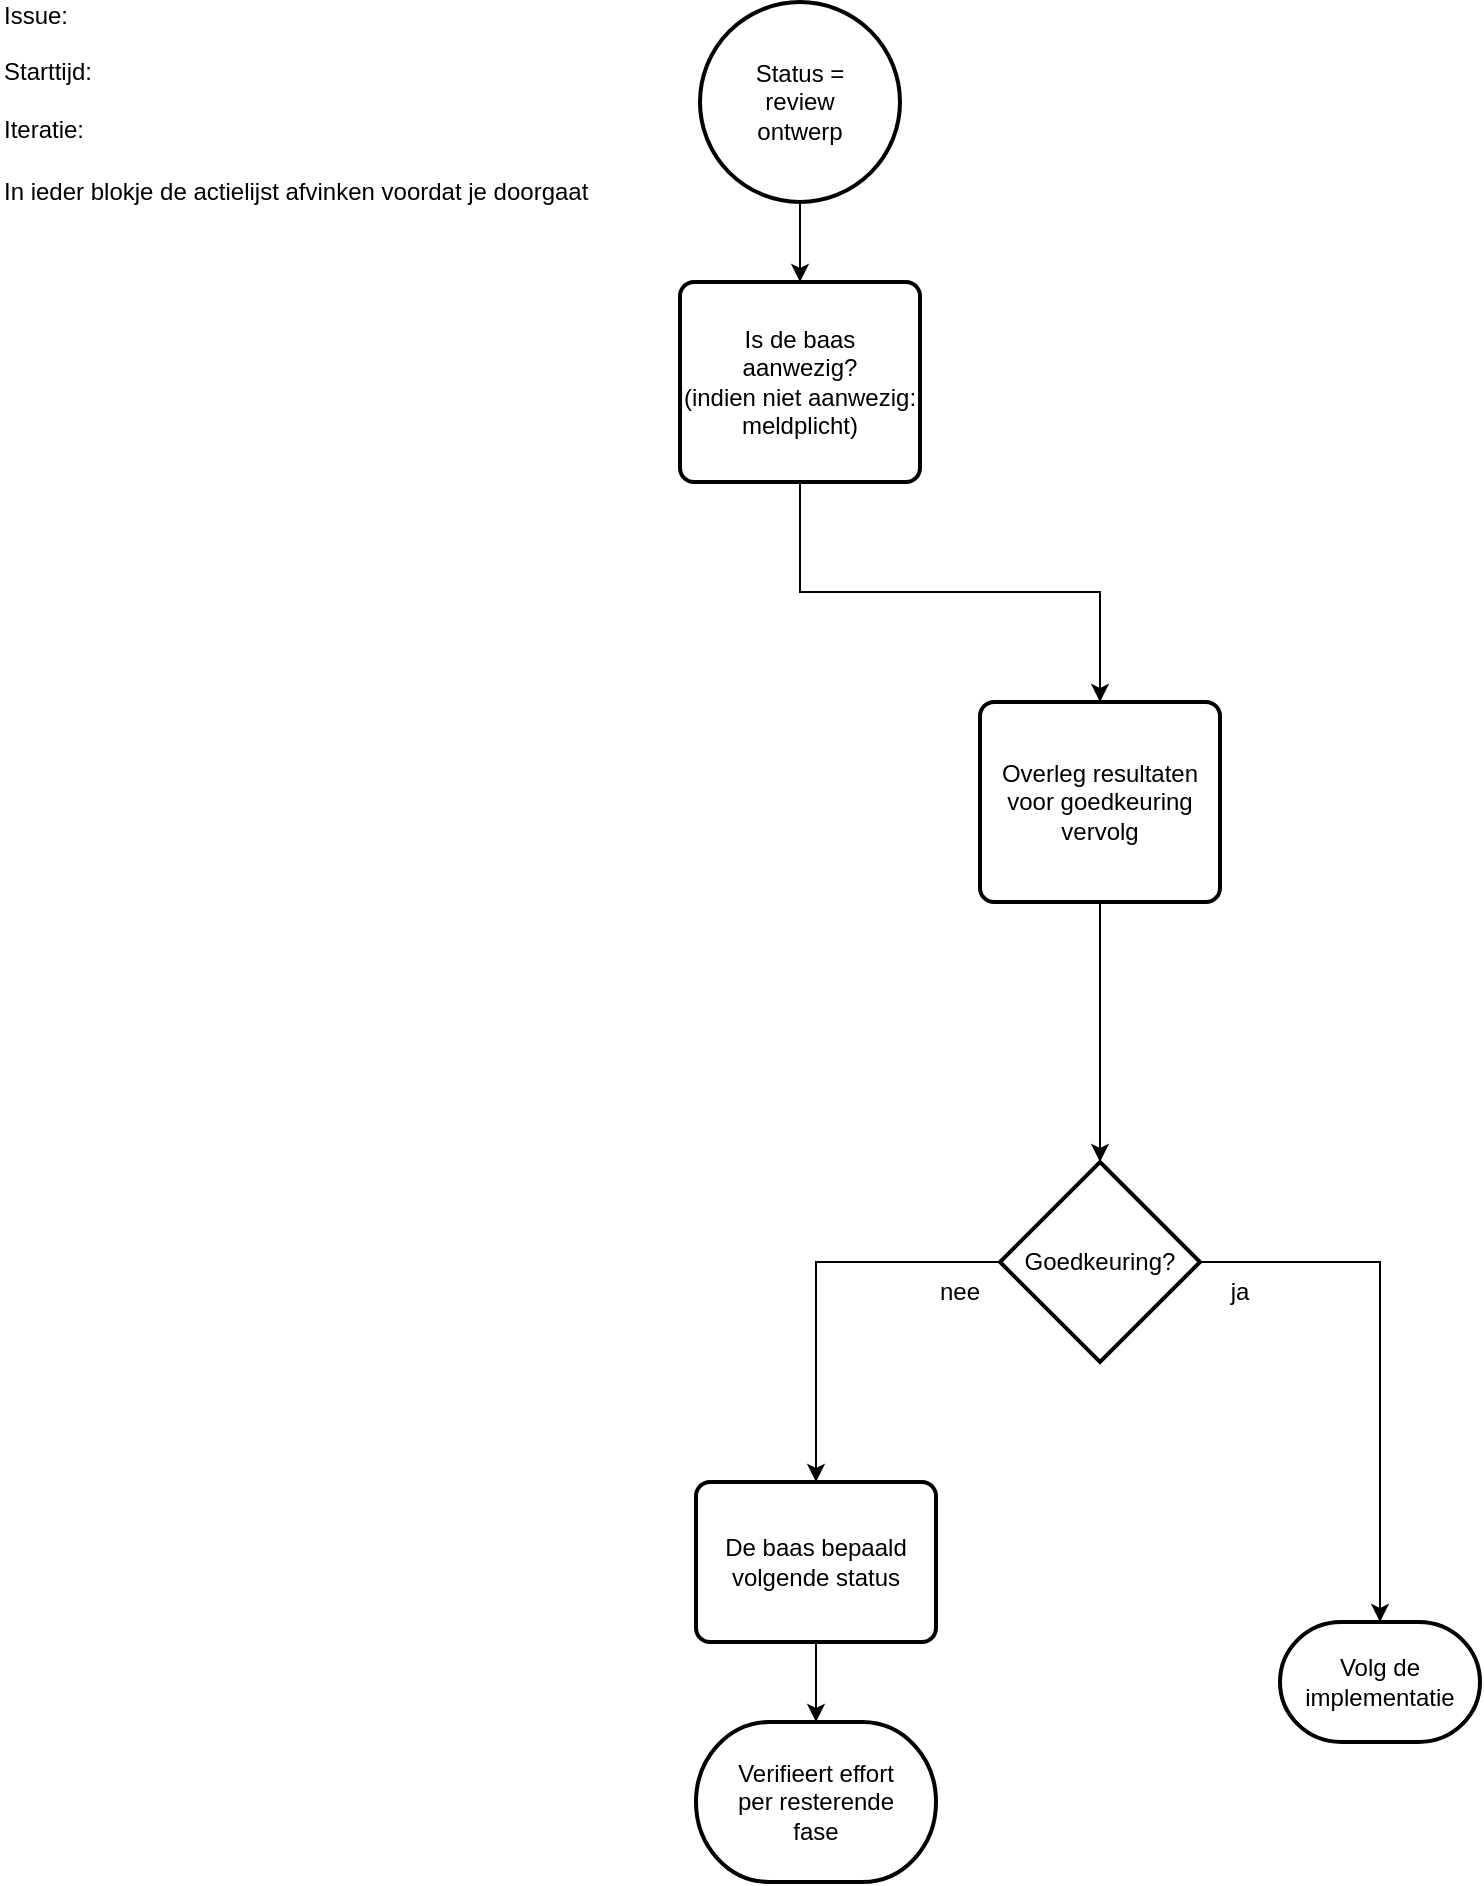
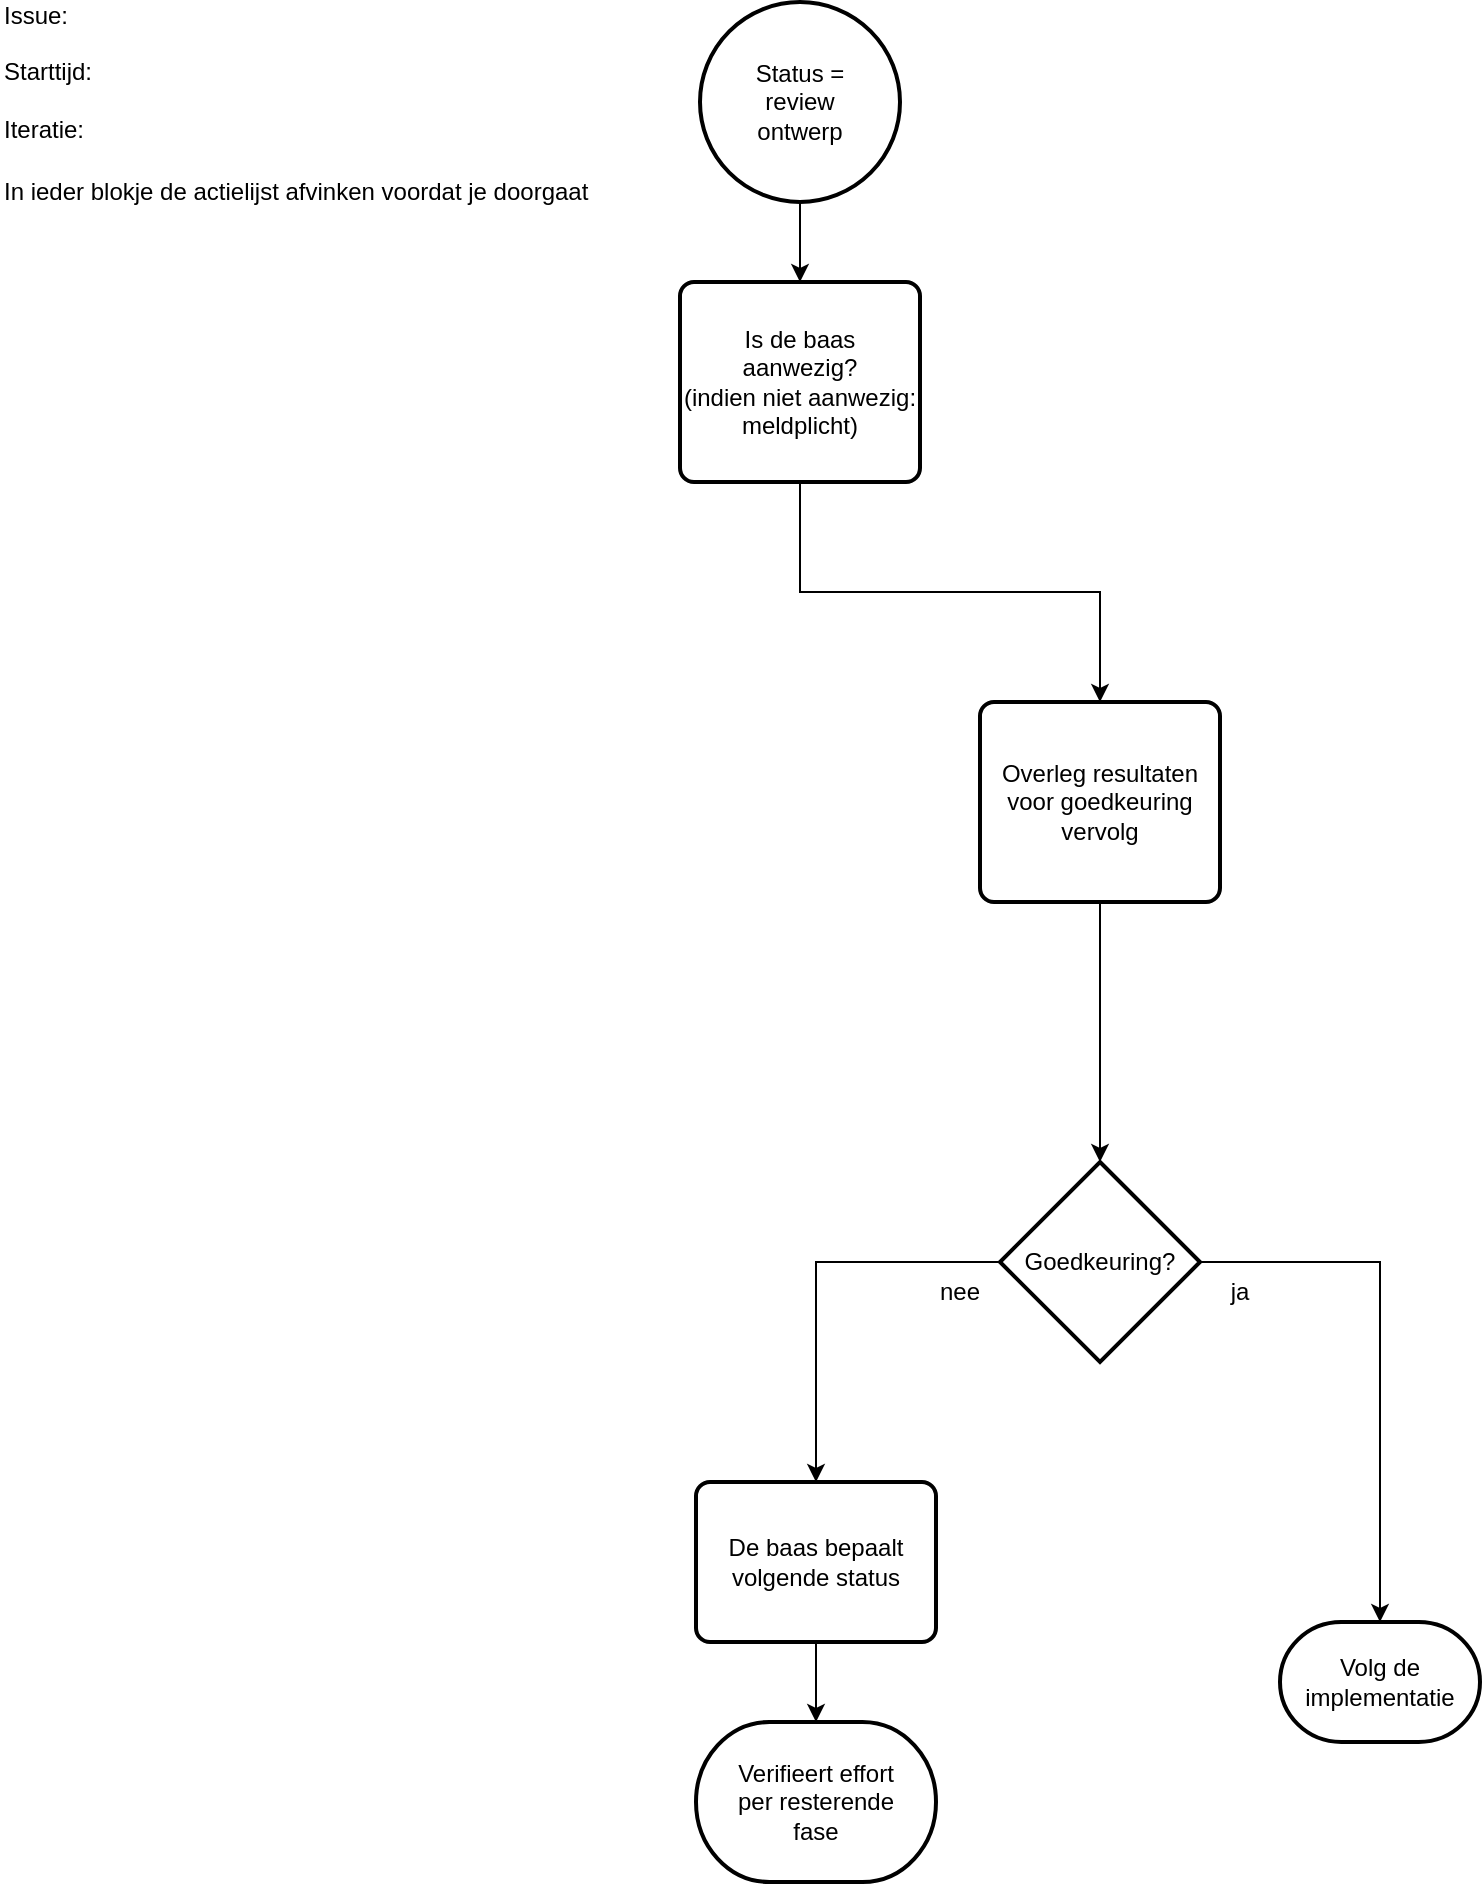
<mxfile host="Electron" agent="Mozilla/5.0 (Windows NT 10.0; Win64; x64) AppleWebKit/537.36 (KHTML, like Gecko) Chrome/143.0.0.0 Safari/537.36">
  <diagram name="Page-1" id="xUmxnnQjNxfceoNyn1dV">
    <mxGraphModel dx="842" dy="576" grid="1" gridSize="10" guides="1" tooltips="1" connect="1" arrows="1" fold="1" page="1" pageScale="1" pageWidth="827" pageHeight="1169" math="0" shadow="0">
      <root>
        <mxCell id="0" />
        <mxCell id="1" parent="0" />
        <object label="Status =&lt;br&gt;review&lt;br&gt;ontwerp" Action="601" id="bfeaoe4yX_S7tX3q-7-V-26">
          <mxCell parent="1" style="strokeWidth=2;html=1;shape=mxgraph.flowchart.start_2;whiteSpace=wrap;" vertex="1">
            <mxGeometry height="100" width="100" x="360" y="10" as="geometry" />
          </mxCell>
        </object>
        <mxCell id="bfeaoe4yX_S7tX3q-7-V-27" edge="1" parent="1" source="bfeaoe4yX_S7tX3q-7-V-28" style="edgeStyle=orthogonalEdgeStyle;rounded=0;orthogonalLoop=1;jettySize=auto;html=1;exitX=0.5;exitY=1;exitDx=0;exitDy=0;entryX=0.5;entryY=0;entryDx=0;entryDy=0;" target="bfeaoe4yX_S7tX3q-7-V-33">
          <mxGeometry relative="1" as="geometry" />
        </mxCell>
        <object label="Is de baas&lt;br&gt;aanwezig?&lt;br&gt;(indien niet aanwezig:&lt;br&gt;meldplicht)" Action="602" id="bfeaoe4yX_S7tX3q-7-V-28">
          <mxCell parent="1" style="rounded=1;whiteSpace=wrap;html=1;absoluteArcSize=1;arcSize=14;strokeWidth=2;" vertex="1">
            <mxGeometry height="100" width="120" x="350" y="150" as="geometry" />
          </mxCell>
        </object>
        <mxCell id="bfeaoe4yX_S7tX3q-7-V-32" edge="1" parent="1" source="bfeaoe4yX_S7tX3q-7-V-33" style="edgeStyle=orthogonalEdgeStyle;rounded=0;orthogonalLoop=1;jettySize=auto;html=1;exitX=0.5;exitY=1;exitDx=0;exitDy=0;entryX=0.5;entryY=0;entryDx=0;entryDy=0;entryPerimeter=0;" target="bfeaoe4yX_S7tX3q-7-V-37">
          <mxGeometry relative="1" as="geometry" />
        </mxCell>
        <object label="Overleg resultaten&lt;br&gt;voor goedkeuring&lt;br&gt;vervolg" Action="604" id="bfeaoe4yX_S7tX3q-7-V-33">
          <mxCell parent="1" style="rounded=1;whiteSpace=wrap;html=1;absoluteArcSize=1;arcSize=14;strokeWidth=2;" vertex="1">
            <mxGeometry height="100" width="120" x="500" y="360" as="geometry" />
          </mxCell>
        </object>
        <object label="Goedkeuring?" Action="606" id="bfeaoe4yX_S7tX3q-7-V-37">
          <mxCell parent="1" style="strokeWidth=2;html=1;shape=mxgraph.flowchart.decision;whiteSpace=wrap;" vertex="1">
            <mxGeometry height="100" width="100" x="510" y="590" as="geometry" />
          </mxCell>
        </object>
        <object label="Volg de&lt;br&gt;implementatie" Action="606T" id="bfeaoe4yX_S7tX3q-7-V-38">
          <mxCell parent="1" style="strokeWidth=2;html=1;shape=mxgraph.flowchart.terminator;whiteSpace=wrap;" vertex="1">
            <mxGeometry height="60" width="100" x="650" y="820" as="geometry" />
          </mxCell>
        </object>
        <mxCell id="bfeaoe4yX_S7tX3q-7-V-39" edge="1" parent="1" source="bfeaoe4yX_S7tX3q-7-V-37" style="edgeStyle=orthogonalEdgeStyle;rounded=0;orthogonalLoop=1;jettySize=auto;html=1;exitX=1;exitY=0.5;exitDx=0;exitDy=0;exitPerimeter=0;entryX=0.5;entryY=0;entryDx=0;entryDy=0;entryPerimeter=0;" target="bfeaoe4yX_S7tX3q-7-V-38">
          <mxGeometry relative="1" as="geometry" />
        </mxCell>
        <mxCell id="bfeaoe4yX_S7tX3q-7-V-40" parent="1" style="text;html=1;whiteSpace=wrap;strokeColor=none;fillColor=none;align=center;verticalAlign=middle;rounded=0;" value="ja" vertex="1">
          <mxGeometry height="30" width="60" x="600" y="640" as="geometry" />
        </mxCell>
-         <object label="De baas bepaald&lt;br&gt;volgende status" Action="606F" id="bfeaoe4yX_S7tX3q-7-V-41">
+         <object label="De baas bepaalt&lt;br&gt;volgende status" Action="606F" id="bfeaoe4yX_S7tX3q-7-V-41">
          <mxCell parent="1" style="rounded=1;whiteSpace=wrap;html=1;absoluteArcSize=1;arcSize=14;strokeWidth=2;" vertex="1">
            <mxGeometry height="80" width="120" x="358" y="750" as="geometry" />
          </mxCell>
        </object>
        <mxCell id="bfeaoe4yX_S7tX3q-7-V-42" edge="1" parent="1" source="bfeaoe4yX_S7tX3q-7-V-37" style="edgeStyle=orthogonalEdgeStyle;rounded=0;orthogonalLoop=1;jettySize=auto;html=1;exitX=0;exitY=0.5;exitDx=0;exitDy=0;exitPerimeter=0;entryX=0.5;entryY=0;entryDx=0;entryDy=0;" target="bfeaoe4yX_S7tX3q-7-V-41">
          <mxGeometry relative="1" as="geometry" />
        </mxCell>
        <mxCell id="bfeaoe4yX_S7tX3q-7-V-43" parent="1" style="text;html=1;whiteSpace=wrap;strokeColor=none;fillColor=none;align=center;verticalAlign=middle;rounded=0;" value="nee" vertex="1">
          <mxGeometry height="30" width="60" x="460" y="640" as="geometry" />
        </mxCell>
        <mxCell id="bfeaoe4yX_S7tX3q-7-V-44" parent="1" style="text;html=1;align=left;verticalAlign=middle;whiteSpace=wrap;rounded=0;" value="Issue:&amp;nbsp; &amp;nbsp;&lt;br&gt;&lt;br&gt;Starttijd:&lt;br&gt;&lt;br&gt;Iteratie:&amp;nbsp;" vertex="1">
          <mxGeometry height="30" width="60" x="10" y="30" as="geometry" />
        </mxCell>
        <mxCell id="bfeaoe4yX_S7tX3q-7-V-45" edge="1" parent="1" source="bfeaoe4yX_S7tX3q-7-V-26" style="edgeStyle=orthogonalEdgeStyle;rounded=0;orthogonalLoop=1;jettySize=auto;html=1;exitX=0.5;exitY=1;exitDx=0;exitDy=0;exitPerimeter=0;entryX=0.5;entryY=0;entryDx=0;entryDy=0;" target="bfeaoe4yX_S7tX3q-7-V-28">
          <mxGeometry relative="1" as="geometry" />
        </mxCell>
        <mxCell id="bfeaoe4yX_S7tX3q-7-V-46" parent="1" style="text;html=1;whiteSpace=wrap;strokeColor=none;fillColor=none;align=left;verticalAlign=middle;rounded=0;labelPosition=center;verticalLabelPosition=middle;" value="In ieder blokje de actielijst afvinken voordat je doorgaat" vertex="1">
          <mxGeometry height="30" width="300" x="10" y="90" as="geometry" />
        </mxCell>
        <object label="Verifieert effort&lt;br&gt;per resterende&lt;br&gt;fase" Action="606G" id="bfeaoe4yX_S7tX3q-7-V-51">
          <mxCell parent="1" style="strokeWidth=2;html=1;shape=mxgraph.flowchart.terminator;whiteSpace=wrap;" vertex="1">
            <mxGeometry height="80" width="120" x="358" y="870" as="geometry" />
          </mxCell>
        </object>
        <mxCell id="bfeaoe4yX_S7tX3q-7-V-52" edge="1" parent="1" source="bfeaoe4yX_S7tX3q-7-V-41" style="edgeStyle=orthogonalEdgeStyle;rounded=0;orthogonalLoop=1;jettySize=auto;html=1;exitX=0.5;exitY=1;exitDx=0;exitDy=0;entryX=0.5;entryY=0;entryDx=0;entryDy=0;" target="bfeaoe4yX_S7tX3q-7-V-51">
          <mxGeometry relative="1" as="geometry" />
        </mxCell>
      </root>
    </mxGraphModel>
  </diagram>
</mxfile>
